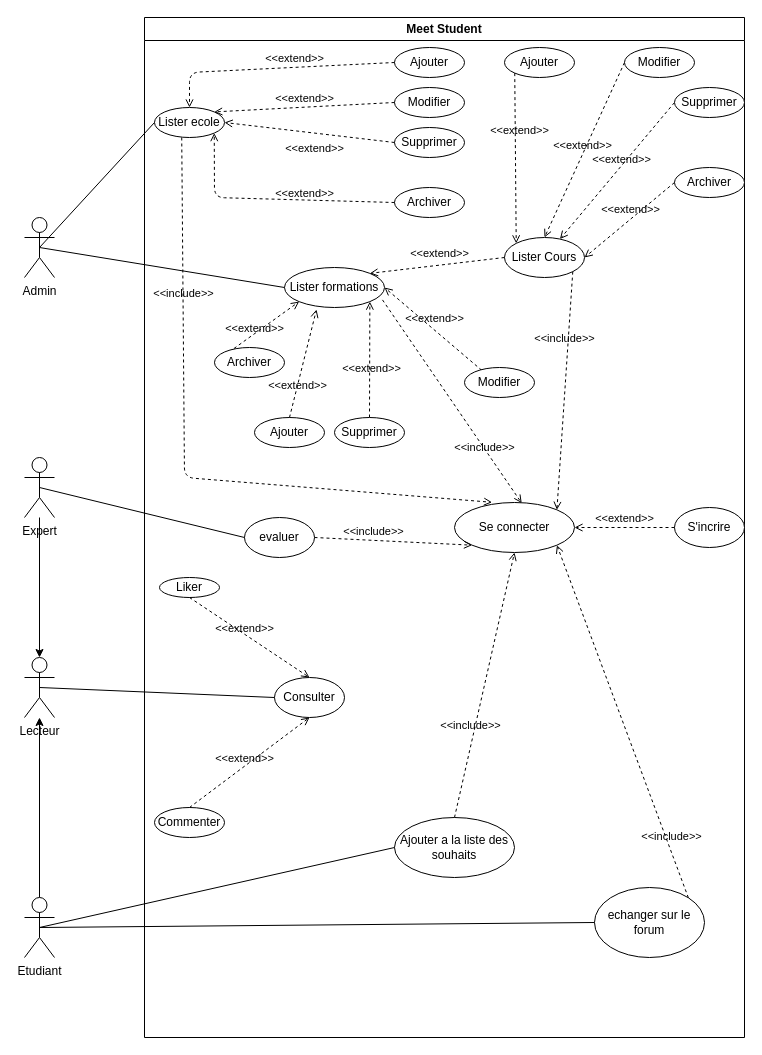
Earlier version of the draw.io diagram analyse/drawio/UseCaseDiagram.drawio (ibrahima-isi/meet-student). Source tidied: cells renumbered, new cells numbered last; positions are measured from the earlier drawing's top-left corner, leaving out a move shared by most shapes. Both pictures are drawn from the tidied source at 100%, with x=0, y=0 at pixel (24, 17).
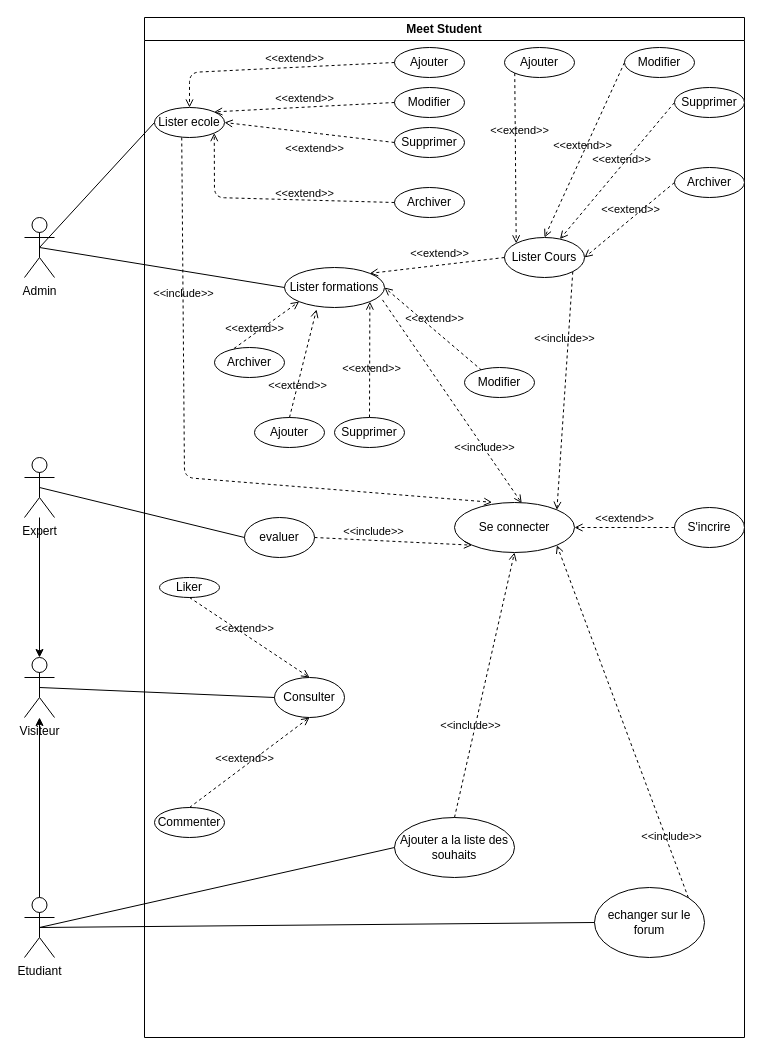
After the change.

Commit message (it also covers changes not shown here):
Meeting with the Project lead: Updating the planning

The edit, as a diff of the source:
```diff
@@
-    <mxCell id="51" value="Lecteur" style="shape=umlActor;verticalLabelPosition=bottom;verticalAlign=top;html=1;outlineConnect=0;" parent="1" vertex="1">
+    <mxCell id="51" value="Visiteur" style="shape=umlActor;verticalLabelPosition=bottom;verticalAlign=top;html=1;outlineConnect=0;" parent="1" vertex="1">
       <mxGeometry y="640" width="30" height="60" as="geometry" />
     </mxCell>
```
